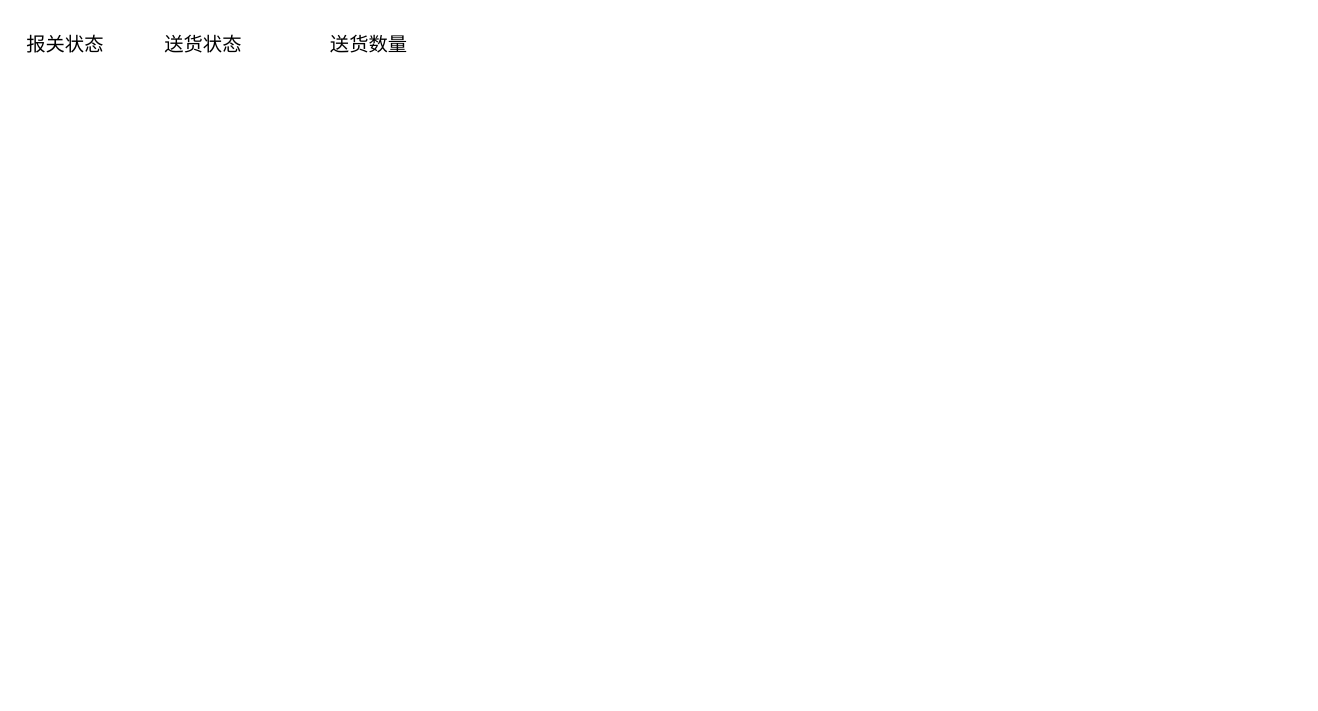
This is page "订单明细状态" (4 of 6) of shrine-doc/进区预约系统.drawio from easefulfil/CLOUDCARE, a draw.io file, before an edit. Source tidied: cells renumbered, new cells numbered last; positions are measured from the earlier drawing's top-left corner, leaving out a move shared by most shapes. Both pictures are drawn from the tidied source at 138%, with x=0, y=0 at pixel (23, 23).
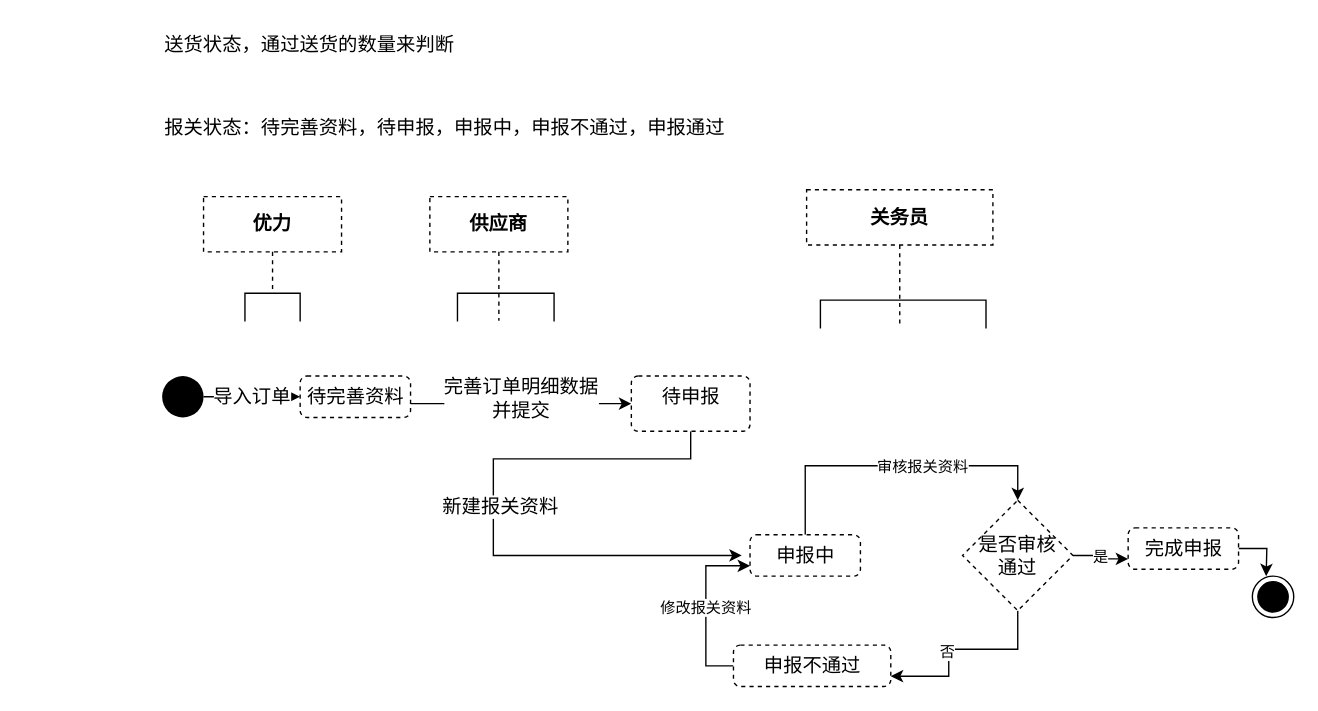
Above is the later version.

Diff of the diagram source:
```diff
@@
-    <mxCell id="2" value="&lt;span style=&quot;color: rgb(0 , 0 , 0) ; font-family: &amp;#34;helvetica&amp;#34; ; font-size: 14px ; font-style: normal ; font-weight: 400 ; letter-spacing: normal ; text-align: center ; text-indent: 0px ; text-transform: none ; word-spacing: 0px ; background-color: rgb(255 , 255 , 255) ; display: inline ; float: none&quot;&gt;报关状态&lt;/span&gt;" style="text;whiteSpace=wrap;html=1;" parent="1" vertex="1">
-      <mxGeometry width="150" height="30" as="geometry" />
-    </mxCell>
-    <mxCell id="3" value="&lt;span style=&quot;color: rgb(0 , 0 , 0) ; font-family: &amp;#34;helvetica&amp;#34; ; font-size: 14px ; font-style: normal ; font-weight: 400 ; letter-spacing: normal ; text-align: center ; text-indent: 0px ; text-transform: none ; word-spacing: 0px ; background-color: rgb(255 , 255 , 255) ; display: inline ; float: none&quot;&gt;送货状态&lt;/span&gt;" style="text;whiteSpace=wrap;html=1;" parent="1" vertex="1">
-      <mxGeometry x="100" width="150" height="30" as="geometry" />
+    <mxCell id="3" value="&lt;span style=&quot;color: rgb(0 , 0 , 0) ; font-family: &amp;#34;helvetica&amp;#34; ; font-size: 14px ; font-style: normal ; font-weight: 400 ; letter-spacing: normal ; text-align: center ; text-indent: 0px ; text-transform: none ; word-spacing: 0px ; background-color: rgb(255 , 255 , 255) ; display: inline ; float: none&quot;&gt;送货状态，通过送货的数量来判断&lt;/span&gt;" style="text;whiteSpace=wrap;html=1;" parent="1" vertex="1">
+      <mxGeometry x="100" width="260" height="30" as="geometry" />
     </mxCell>
-    <mxCell id="4" value="&lt;span style=&quot;color: rgb(0 , 0 , 0) ; font-family: &amp;#34;helvetica&amp;#34; ; font-size: 14px ; font-style: normal ; font-weight: 400 ; letter-spacing: normal ; text-align: center ; text-indent: 0px ; text-transform: none ; word-spacing: 0px ; background-color: rgb(255 , 255 , 255) ; display: inline ; float: none&quot;&gt;送货数量&lt;/span&gt;" style="text;whiteSpace=wrap;html=1;" parent="1" vertex="1">
-      <mxGeometry x="220" width="150" height="30" as="geometry" />
-    </mxCell>
+    <mxCell id="5" value="导入订单" style="edgeStyle=orthogonalEdgeStyle;rounded=0;jettySize=auto;html=1;fontSize=14;" parent="1" edge="1" source="6" target="9">
+      <mxGeometry relative="1" as="geometry" />
+    </mxCell>
+    <mxCell id="6" style="ellipse;fillColor=#000000;strokeColor=none;dashed=1;fontSize=14;" parent="1" vertex="1">
+      <mxGeometry x="100" y="255" width="30" height="30" as="geometry" />
+    </mxCell>
+    <mxCell id="7" style="edgeStyle=orthogonalEdgeStyle;rounded=0;jettySize=auto;html=1;fontSize=14;" parent="1" edge="1" source="9" target="12">
+      <mxGeometry relative="1" as="geometry">
+        <Array as="points">
+          <mxPoint x="360" y="275" />
+          <mxPoint x="360" y="275" />
+        </Array>
+      </mxGeometry>
+    </mxCell>
+    <mxCell id="8" value="完善订单明细数据&lt;br&gt;并提交" style="edgeLabel;html=1;align=center;verticalAlign=middle;fontSize=14;" parent="7" vertex="1">
+      <mxGeometry x="-0.24" y="-1" relative="1" as="geometry">
+        <mxPoint x="18" y="-6" as="offset" />
+      </mxGeometry>
+    </mxCell>
+    <mxCell id="9" value="待完善资料" style="html=1;align=center;verticalAlign=top;rounded=1;absoluteArcSize=1;arcSize=10;dashed=1;fontSize=14;" parent="1" vertex="1">
+      <mxGeometry x="200" y="255" width="80" height="30" as="geometry" />
+    </mxCell>
+    <mxCell id="10" style="edgeStyle=orthogonalEdgeStyle;rounded=0;jettySize=auto;html=1;fontSize=14;exitX=0.5;exitY=1;exitDx=0;exitDy=0;" parent="1" edge="1" source="12">
+      <mxGeometry relative="1" as="geometry">
+        <mxPoint x="520" y="385" as="targetPoint" />
+        <Array as="points">
+          <mxPoint x="483" y="315" />
+          <mxPoint x="340" y="315" />
+          <mxPoint x="340" y="385" />
+        </Array>
+      </mxGeometry>
+    </mxCell>
+    <mxCell id="11" value="新建报关资料" style="edgeLabel;html=1;align=center;verticalAlign=middle;fontSize=14;" parent="10" vertex="1">
+      <mxGeometry x="-0.03" y="4" relative="1" as="geometry">
+        <mxPoint y="-3" as="offset" />
+      </mxGeometry>
+    </mxCell>
+    <mxCell id="12" value="待申报" style="html=1;align=center;verticalAlign=top;rounded=1;absoluteArcSize=1;arcSize=10;dashed=1;fontSize=14;" parent="1" vertex="1">
+      <mxGeometry x="440" y="255" width="86" height="40" as="geometry" />
+    </mxCell>
+    <mxCell id="13" value="&lt;span style=&quot;font-weight: 700&quot;&gt;优力&lt;/span&gt;" style="shape=umlLifeline;perimeter=lifelinePerimeter;whiteSpace=wrap;html=1;dashed=1;fontSize=14;" parent="1" vertex="1">
+      <mxGeometry x="130" y="125" width="100" height="70" as="geometry" />
+    </mxCell>
+    <mxCell id="14" style="shape=partialRectangle;whiteSpace=wrap;html=1;bottom=0;fillColor=none;point=[];" parent="13" vertex="1">
+      <mxGeometry x="30" y="70" width="40" height="20" as="geometry" />
+    </mxCell>
+    <mxCell id="15" value="&lt;span style=&quot;font-weight: 700&quot;&gt;供应商&lt;/span&gt;" style="shape=umlLifeline;perimeter=lifelinePerimeter;whiteSpace=wrap;html=1;dashed=1;fontSize=14;" parent="1" vertex="1">
+      <mxGeometry x="294" y="125" width="100" height="90" as="geometry" />
+    </mxCell>
+    <mxCell id="16" style="shape=partialRectangle;whiteSpace=wrap;html=1;bottom=0;fillColor=none;point=[];" parent="15" vertex="1">
+      <mxGeometry x="20" y="70" width="70" height="20" as="geometry" />
+    </mxCell>
+    <mxCell id="17" value="&lt;span style=&quot;font-weight: 700&quot;&gt;关务员&lt;/span&gt;" style="shape=umlLifeline;perimeter=lifelinePerimeter;whiteSpace=wrap;html=1;dashed=1;fontSize=14;" parent="1" vertex="1">
+      <mxGeometry x="567" y="120" width="135" height="100" as="geometry" />
+    </mxCell>
+    <mxCell id="18" style="shape=partialRectangle;whiteSpace=wrap;html=1;bottom=0;fillColor=none;point=[];" parent="17" vertex="1">
+      <mxGeometry x="10" y="80" width="120" height="20" as="geometry" />
+    </mxCell>
+    <mxCell id="19" value="&lt;span style=&quot;color: rgb(0 , 0 , 0) ; font-family: &amp;#34;helvetica&amp;#34; ; font-size: 14px ; font-style: normal ; font-weight: 400 ; letter-spacing: normal ; text-align: center ; text-indent: 0px ; text-transform: none ; word-spacing: 0px ; background-color: rgb(255 , 255 , 255) ; display: inline ; float: none&quot;&gt;报关状态：待完善资料，待申报，&lt;/span&gt;&lt;span style=&quot;font-family: &amp;#34;helvetica&amp;#34; ; font-size: 14px ; text-align: center ; background-color: rgb(255 , 255 , 255)&quot;&gt;申报中，申报不通过，&lt;/span&gt;&lt;span style=&quot;font-family: &amp;#34;helvetica&amp;#34; ; font-size: 14px ; text-align: center ; background-color: rgb(255 , 255 , 255)&quot;&gt;申报通过&lt;/span&gt;" style="text;whiteSpace=wrap;html=1;" parent="1" vertex="1">
+      <mxGeometry x="100" y="60" width="780" height="30" as="geometry" />
+    </mxCell>
+    <mxCell id="20" style="edgeStyle=orthogonalEdgeStyle;rounded=0;jettySize=auto;html=1;entryX=0.5;entryY=0;entryDx=0;entryDy=0;" parent="1" edge="1" source="22" target="28">
+      <mxGeometry relative="1" as="geometry">
+        <Array as="points">
+          <mxPoint x="566" y="320" />
+          <mxPoint x="720" y="320" />
+        </Array>
+      </mxGeometry>
+    </mxCell>
+    <mxCell id="21" value="审核报关资料" style="edgeLabel;html=1;align=center;verticalAlign=middle;" parent="20" vertex="1">
+      <mxGeometry x="-0.18" y="3" relative="1" as="geometry">
+        <mxPoint x="40" y="3" as="offset" />
+      </mxGeometry>
+    </mxCell>
+    <mxCell id="22" value="申报中" style="html=1;align=center;verticalAlign=top;rounded=1;absoluteArcSize=1;arcSize=10;dashed=1;fontSize=14;" parent="1" vertex="1">
+      <mxGeometry x="526" y="370" width="80" height="30" as="geometry" />
+    </mxCell>
+    <mxCell id="23" style="edgeStyle=orthogonalEdgeStyle;rounded=0;jettySize=auto;html=1;" parent="1" edge="1" source="24">
+      <mxGeometry relative="1" as="geometry">
+        <mxPoint x="900" y="400" as="targetPoint" />
+      </mxGeometry>
+    </mxCell>
+    <mxCell id="24" value="完成申报" style="html=1;align=center;verticalAlign=top;rounded=1;absoluteArcSize=1;arcSize=10;dashed=1;fontSize=14;" parent="1" vertex="1">
+      <mxGeometry x="800" y="365" width="80" height="30" as="geometry" />
+    </mxCell>
+    <mxCell id="25" value="是" style="edgeStyle=orthogonalEdgeStyle;rounded=0;jettySize=auto;html=1;entryX=0;entryY=0.75;entryDx=0;entryDy=0;" parent="1" edge="1" source="28" target="24">
+      <mxGeometry relative="1" as="geometry" />
+    </mxCell>
+    <mxCell id="26" style="edgeStyle=orthogonalEdgeStyle;rounded=0;jettySize=auto;html=1;entryX=1;entryY=0.75;entryDx=0;entryDy=0;" parent="1" edge="1" source="28" target="30">
+      <mxGeometry relative="1" as="geometry">
+        <Array as="points">
+          <mxPoint x="720" y="453" />
+          <mxPoint x="670" y="453" />
+        </Array>
+      </mxGeometry>
+    </mxCell>
+    <mxCell id="27" value="否" style="edgeLabel;html=1;align=center;verticalAlign=middle;" parent="26" vertex="1">
+      <mxGeometry x="0.13" y="-2" relative="1" as="geometry" />
+    </mxCell>
+    <mxCell id="28" value="是否审核&lt;br&gt;通过" style="rhombus;whiteSpace=wrap;html=1;dashed=1;fontSize=14;" parent="1" vertex="1">
+      <mxGeometry x="680" y="345" width="80" height="80" as="geometry" />
+    </mxCell>
+    <mxCell id="29" value="修改报关资料" style="edgeStyle=orthogonalEdgeStyle;rounded=0;jettySize=auto;html=1;entryX=0;entryY=0.75;entryDx=0;entryDy=0;" parent="1" edge="1" source="30" target="22">
+      <mxGeometry relative="1" as="geometry">
+        <Array as="points">
+          <mxPoint x="494" y="465" />
+          <mxPoint x="494" y="393" />
+        </Array>
+      </mxGeometry>
+    </mxCell>
+    <mxCell id="30" value="申报不通过" style="html=1;align=center;verticalAlign=top;rounded=1;absoluteArcSize=1;arcSize=10;dashed=1;fontSize=14;" parent="1" vertex="1">
+      <mxGeometry x="514" y="450" width="114" height="30" as="geometry" />
+    </mxCell>
+    <mxCell id="31" style="ellipse;html=1;shape=endState;fillColor=#000000;strokeColor=#000000;align=left;" parent="1" vertex="1">
+      <mxGeometry x="890" y="400" width="30" height="30" as="geometry" />
+    </mxCell>
```
